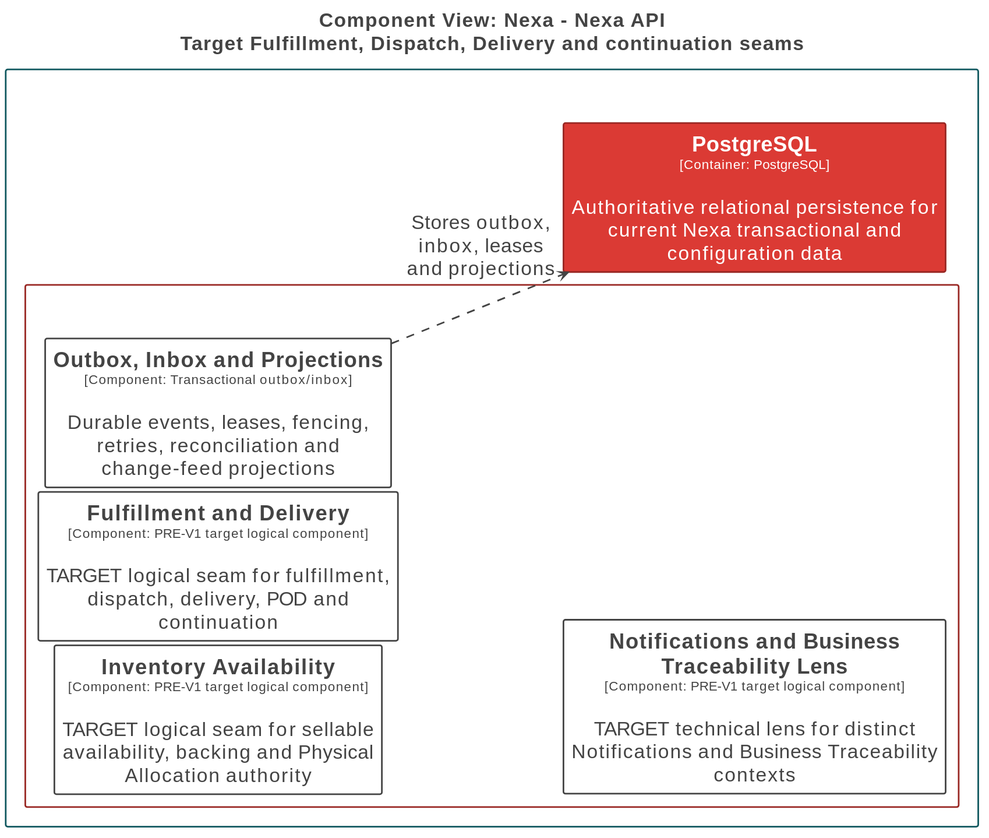
Above: 01-shared/architecture/c4/exports/l3/Nexa-API-FulfillmentDelivery-TARGET.svg in nexa-suite/blueprint (PlantUML), before the change.
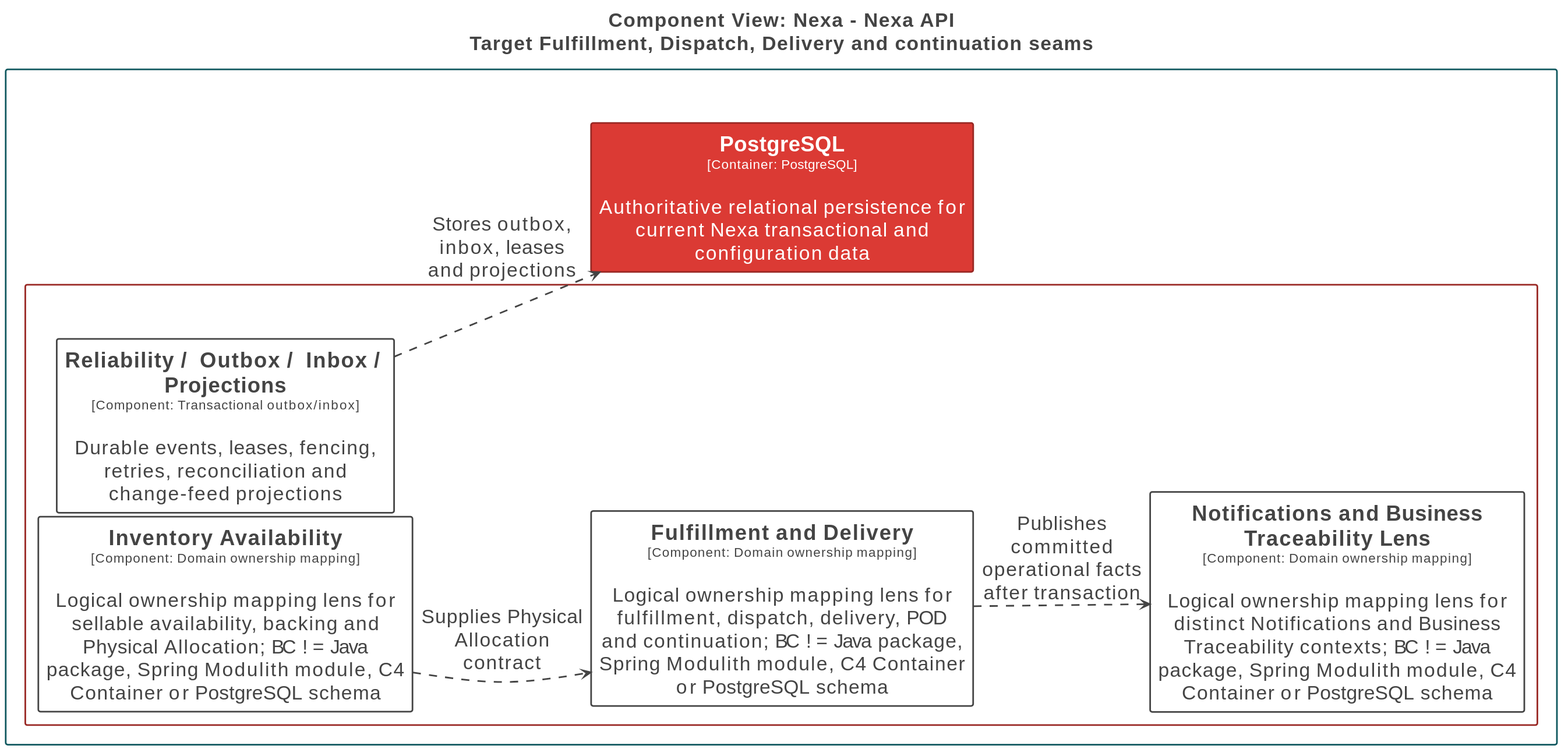
After the commit.

Change to the diagram source:
```diff
@@ -70,15 +70,17 @@
 </style>
 
 rectangle "Nexa\n<size:16>[Software System]</size>" <<Boundary-TmV4YQ==>> {
-  rectangle "Nexa API\n<size:16>[Container: Java 25 / Spring Boot 4.1 / Spring Modulith modular monolith]</size>" <<Boundary-TmV4YSBBUEk=>> {
-    rectangle "==Outbox, Inbox and Projections\n<size:16>[Component: Transactional outbox/inbox]</size>\n\nDurable events, leases, fencing, retries, reconciliation and change-feed projections" <<Element-RWxlbWVudA==>> as Nexa.NexaAPI.OutboxInboxandProjections
-    rectangle "==Inventory Availability\n<size:16>[Component: PRE-V1 target logical component]</size>\n\nTARGET logical seam for sellable availability, backing and Physical Allocation authority" <<Element-RWxlbWVudA==>> as Nexa.NexaAPI.InventoryAvailability
-    rectangle "==Fulfillment and Delivery\n<size:16>[Component: PRE-V1 target logical component]</size>\n\nTARGET logical seam for fulfillment, dispatch, delivery, POD and continuation" <<Element-RWxlbWVudA==>> as Nexa.NexaAPI.FulfillmentandDelivery
-    rectangle "==Notifications and Business Traceability Lens\n<size:16>[Component: PRE-V1 target logical component]</size>\n\nTARGET technical lens for distinct Notifications and Business Traceability contexts" <<Element-RWxlbWVudA==>> as Nexa.NexaAPI.NotificationsandBusinessTraceabilityLens
+  rectangle "Nexa API\n<size:16>[Container: Java 25 / Spring Boot 4.1 / Spring Modulith]</size>" <<Boundary-TmV4YSBBUEk=>> {
+    rectangle "==Reliability / Outbox / Inbox / Projections\n<size:16>[Component: Transactional outbox/inbox]</size>\n\nDurable events, leases, fencing, retries, reconciliation and change-feed projections" <<Element-RWxlbWVudA==>> as Nexa.NexaAPI.ReliabilityOutboxInboxProjections
+    rectangle "==Inventory Availability\n<size:16>[Component: Domain ownership mapping]</size>\n\nLogical ownership mapping lens for sellable availability, backing and Physical Allocation; BC != Java package, Spring Modulith module, C4 Container or PostgreSQL schema" <<Element-RWxlbWVudA==>> as Nexa.NexaAPI.InventoryAvailability
+    rectangle "==Fulfillment and Delivery\n<size:16>[Component: Domain ownership mapping]</size>\n\nLogical ownership mapping lens for fulfillment, dispatch, delivery, POD and continuation; BC != Java package, Spring Modulith module, C4 Container or PostgreSQL schema" <<Element-RWxlbWVudA==>> as Nexa.NexaAPI.FulfillmentandDelivery
+    rectangle "==Notifications and Business Traceability Lens\n<size:16>[Component: Domain ownership mapping]</size>\n\nLogical ownership mapping lens for distinct Notifications and Business Traceability contexts; BC != Java package, Spring Modulith module, C4 Container or PostgreSQL schema" <<Element-RWxlbWVudA==>> as Nexa.NexaAPI.NotificationsandBusinessTraceabilityLens
   }
 
   rectangle "==PostgreSQL\n<size:16>[Container: PostgreSQL]</size>\n\nAuthoritative relational persistence for current Nexa transactional and configuration data" <<Element-RWxlbWVudCxDb250YWluZXI=>> as Nexa.PostgreSQL
 }
 
-Nexa.NexaAPI.OutboxInboxandProjections --> Nexa.PostgreSQL <<Relationship-UmVsYXRpb25zaGlw>> : "Stores outbox, inbox, leases and projections"
+Nexa.NexaAPI.ReliabilityOutboxInboxProjections --> Nexa.PostgreSQL <<Relationship-UmVsYXRpb25zaGlw>> : "Stores outbox, inbox, leases and projections"
+Nexa.NexaAPI.InventoryAvailability --> Nexa.NexaAPI.FulfillmentandDelivery <<Relationship-UmVsYXRpb25zaGlw>> : "Supplies Physical Allocation contract"
+Nexa.NexaAPI.FulfillmentandDelivery --> Nexa.NexaAPI.NotificationsandBusinessTraceabilityLens <<Relationship-UmVsYXRpb25zaGlw>> : "Publishes committed operational facts after transaction"
 @enduml
```
